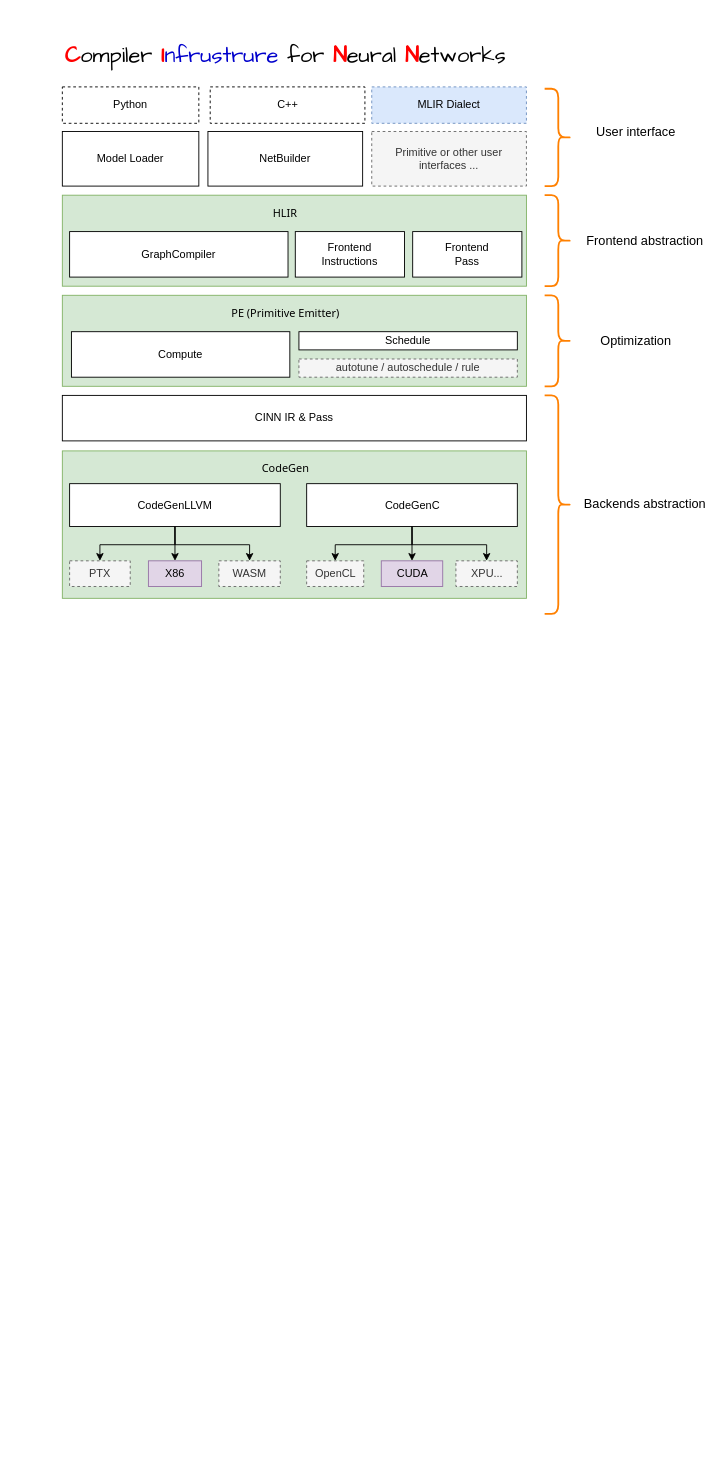
The draw.io diagram CINN Architecture with future design.drawio in Superjomn/_tmp_images, before the edit. Source tidied: cells renumbered, new cells numbered last; positions are measured from the earlier drawing's top-left corner, leaving out a move shared by most shapes. Both pictures are drawn from the tidied source at 91%, with x=0, y=0 at pixel (57, 15).
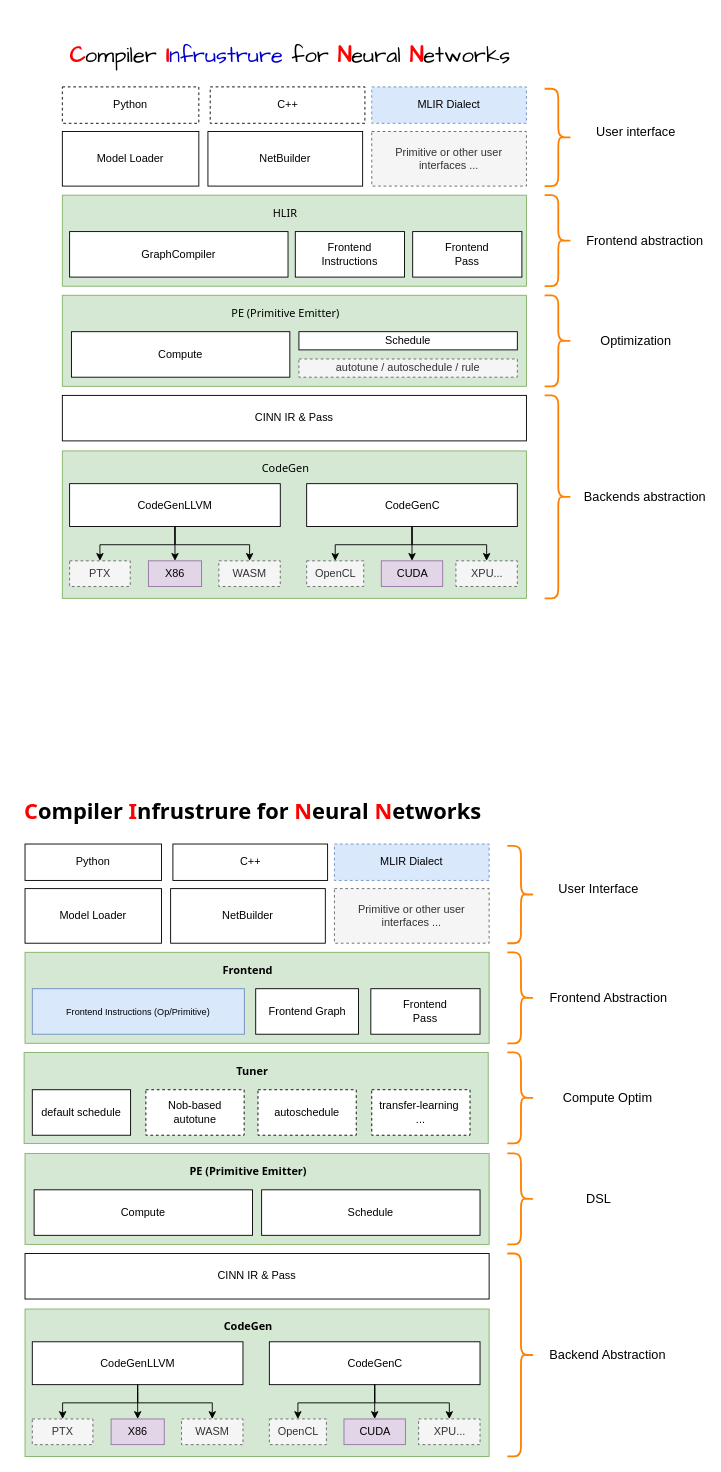
The same page after the edit.

The edit, as a diff of the source:
```diff
@@
     <mxCell id="17" style="shape=curlyBracket;whiteSpace=wrap;html=1;rounded=1;flipH=1;size=0.5;strokeWidth=2;strokeColor=#FF8000;" parent="1" vertex="1">
-      <mxGeometry x="535" y="417" width="30" height="240" as="geometry" />
+      <mxGeometry x="535" y="417" width="30" height="223" as="geometry" />
     </mxCell>
     <mxCell id="18" value="&lt;span style=&quot;font-weight: normal&quot;&gt;&lt;font style=&quot;font-size: 14px&quot;&gt;Backends abstraction&lt;/font&gt;&lt;/span&gt;" style="text;strokeColor=none;fillColor=none;html=1;fontSize=24;fontStyle=1;verticalAlign=middle;align=center;labelPosition=center;verticalLabelPosition=middle;horizontal=1;" parent="1" vertex="1">
-      <mxGeometry x="595" y="513" width="100" height="40" as="geometry" />
+      <mxGeometry x="595" y="505" width="100" height="40" as="geometry" />
     </mxCell>
@@
     <mxCell id="28" value="&lt;font style=&quot;font-size: 24px&quot; face=&quot;Comic Sans MS&quot;&gt;&lt;b&gt;&lt;font color=&quot;#ff0000&quot;&gt;C&lt;/font&gt;&lt;/b&gt;ompiler &lt;font color=&quot;#ff0000&quot;&gt;&lt;b&gt;I&lt;/b&gt;&lt;/font&gt;&lt;font color=&quot;#0000cc&quot;&gt;nfrustrure&lt;/font&gt; for &lt;font color=&quot;#ff0000&quot;&gt;&lt;b&gt;N&lt;/b&gt;&lt;/font&gt;eural &lt;font color=&quot;#ff0000&quot;&gt;&lt;b&gt;N&lt;/b&gt;&lt;/font&gt;etworks&lt;/font&gt;" style="text;html=1;align=center;verticalAlign=middle;strokeColor=none;fontSize=45;" parent="1" vertex="1">
-      <mxGeometry width="500" height="70" as="geometry" />
+      <mxGeometry x="5" width="500" height="70" as="geometry" />
     </mxCell>
@@
+    <mxCell id="45" style="rounded=0;whiteSpace=wrap;html=1;fillColor=#d5e8d4;strokeColor=#82b366;" parent="1" vertex="1">
+      <mxGeometry x="-36" y="1421" width="510" height="162" as="geometry" />
+    </mxCell>
+    <mxCell id="46" style="rounded=0;whiteSpace=wrap;html=1;fillColor=#d5e8d4;strokeColor=#82b366;" parent="1" vertex="1">
+      <mxGeometry x="-36" y="1250" width="510" height="100" as="geometry" />
+    </mxCell>
+    <mxCell id="47" value="Model Loader" style="rounded=0;whiteSpace=wrap;html=1;" parent="1" vertex="1">
+      <mxGeometry x="-36" y="959" width="150" height="60" as="geometry" />
+    </mxCell>
+    <mxCell id="48" value="NetBuilder" style="rounded=0;whiteSpace=wrap;html=1;" parent="1" vertex="1">
+      <mxGeometry x="124" y="959" width="170" height="60" as="geometry" />
+    </mxCell>
+    <mxCell id="49" value="Primitive or other user interfaces ..." style="rounded=0;whiteSpace=wrap;html=1;dashed=1;fillColor=#f5f5f5;strokeColor=#666666;fontColor=#333333;" parent="1" vertex="1">
+      <mxGeometry x="304" y="959" width="170" height="60" as="geometry" />
+    </mxCell>
+    <mxCell id="50" value="Compute" style="rounded=0;whiteSpace=wrap;html=1;" parent="1" vertex="1">
+      <mxGeometry x="-26" y="1290" width="240" height="50" as="geometry" />
+    </mxCell>
+    <mxCell id="51" value="Schedule" style="rounded=0;whiteSpace=wrap;html=1;" parent="1" vertex="1">
+      <mxGeometry x="224" y="1290" width="240" height="50" as="geometry" />
+    </mxCell>
+    <mxCell id="52" value="CINN IR &amp;amp; Pass" style="rounded=0;whiteSpace=wrap;html=1;" parent="1" vertex="1">
+      <mxGeometry x="-36" y="1360" width="510" height="50" as="geometry" />
+    </mxCell>
+    <mxCell id="53" style="rounded=0;whiteSpace=wrap;html=1;fillColor=#d5e8d4;strokeColor=#82b366;" parent="1" vertex="1">
+      <mxGeometry x="-36" y="1029" width="510" height="100" as="geometry" />
+    </mxCell>
+    <mxCell id="54" value="Frontend Graph" style="rounded=0;whiteSpace=wrap;html=1;" parent="1" vertex="1">
+      <mxGeometry x="217.5" y="1069" width="113" height="50" as="geometry" />
+    </mxCell>
+    <mxCell id="55" value="&lt;font style=&quot;font-size: 10px&quot;&gt;Frontend Instructions (Op/Primitive)&lt;/font&gt;" style="rounded=0;whiteSpace=wrap;html=1;fillColor=#dae8fc;strokeColor=#6c8ebf;" parent="1" vertex="1">
+      <mxGeometry x="-28" y="1069" width="233" height="50" as="geometry" />
+    </mxCell>
+    <mxCell id="56" value="Frontend &lt;br&gt;Pass" style="rounded=0;whiteSpace=wrap;html=1;" parent="1" vertex="1">
+      <mxGeometry x="344" y="1069" width="120" height="50" as="geometry" />
+    </mxCell>
+    <mxCell id="57" value="&lt;font face=&quot;Tahoma&quot;&gt;Frontend&lt;/font&gt;" style="text;html=1;strokeColor=none;fillColor=none;align=center;verticalAlign=middle;whiteSpace=wrap;rounded=0;fontStyle=1;" parent="1" vertex="1">
+      <mxGeometry x="189" y="1039" width="40" height="20" as="geometry" />
+    </mxCell>
+    <mxCell id="58" value="&lt;font face=&quot;Tahoma&quot;&gt;PE (Primitive Emitter)&lt;/font&gt;" style="text;html=1;strokeColor=none;fillColor=none;align=center;verticalAlign=middle;whiteSpace=wrap;rounded=0;fontStyle=1;" parent="1" vertex="1">
+      <mxGeometry x="126.5" y="1260" width="165" height="20" as="geometry" />
+    </mxCell>
+    <mxCell id="59" style="shape=curlyBracket;whiteSpace=wrap;html=1;rounded=1;flipH=1;size=0.5;strokeWidth=2;strokeColor=#FF8000;" parent="1" vertex="1">
+      <mxGeometry x="494" y="1360" width="30" height="223" as="geometry" />
+    </mxCell>
+    <mxCell id="60" value="&lt;span style=&quot;font-weight: normal&quot;&gt;&lt;font style=&quot;font-size: 14px&quot;&gt;Backend Abstraction&lt;/font&gt;&lt;/span&gt;" style="text;strokeColor=none;fillColor=none;html=1;fontSize=24;fontStyle=1;verticalAlign=middle;align=center;labelPosition=center;verticalLabelPosition=middle;horizontal=1;" parent="1" vertex="1">
+      <mxGeometry x="554" y="1448" width="100" height="40" as="geometry" />
+    </mxCell>
+    <mxCell id="61" style="shape=curlyBracket;whiteSpace=wrap;html=1;rounded=1;flipH=1;size=0.5;strokeWidth=2;strokeColor=#FF8000;" parent="1" vertex="1">
+      <mxGeometry x="494" y="1029" width="30" height="100" as="geometry" />
+    </mxCell>
+    <mxCell id="62" value="&lt;span style=&quot;font-weight: normal&quot;&gt;&lt;font style=&quot;font-size: 14px&quot;&gt;Frontend Abstraction&lt;/font&gt;&lt;/span&gt;" style="text;strokeColor=none;fillColor=none;html=1;fontSize=24;fontStyle=1;verticalAlign=middle;align=center;labelPosition=center;verticalLabelPosition=middle;horizontal=1;" parent="1" vertex="1">
+      <mxGeometry x="555" y="1056" width="100" height="40" as="geometry" />
+    </mxCell>
+    <mxCell id="63" style="shape=curlyBracket;whiteSpace=wrap;html=1;rounded=1;flipH=1;size=0.5;strokeWidth=2;strokeColor=#FF8000;" parent="1" vertex="1">
+      <mxGeometry x="494" y="1250" width="30" height="100" as="geometry" />
+    </mxCell>
+    <mxCell id="64" value="&lt;span style=&quot;font-weight: normal&quot;&gt;&lt;font style=&quot;font-size: 14px&quot;&gt;DSL&lt;/font&gt;&lt;/span&gt;" style="text;strokeColor=none;fillColor=none;html=1;fontSize=24;fontStyle=1;verticalAlign=middle;align=center;labelPosition=center;verticalLabelPosition=middle;horizontal=1;" parent="1" vertex="1">
+      <mxGeometry x="544" y="1277" width="100" height="40" as="geometry" />
+    </mxCell>
+    <mxCell id="65" style="shape=curlyBracket;whiteSpace=wrap;html=1;rounded=1;flipH=1;size=0.5;strokeWidth=2;strokeColor=#FF8000;" parent="1" vertex="1">
+      <mxGeometry x="494" y="912" width="30" height="107" as="geometry" />
+    </mxCell>
+    <mxCell id="66" value="&lt;span style=&quot;font-weight: normal&quot;&gt;&lt;font style=&quot;font-size: 14px&quot;&gt;User Interface&lt;/font&gt;&lt;/span&gt;" style="text;strokeColor=none;fillColor=none;html=1;fontSize=24;fontStyle=1;verticalAlign=middle;align=center;labelPosition=center;verticalLabelPosition=middle;horizontal=1;" parent="1" vertex="1">
+      <mxGeometry x="544" y="935.5" width="100" height="40" as="geometry" />
+    </mxCell>
+    <mxCell id="67" value="Python" style="rounded=0;whiteSpace=wrap;html=1;" parent="1" vertex="1">
+      <mxGeometry x="-36" y="910" width="150" height="40" as="geometry" />
+    </mxCell>
+    <mxCell id="68" value="C++" style="rounded=0;whiteSpace=wrap;html=1;" parent="1" vertex="1">
+      <mxGeometry x="126.5" y="910" width="170" height="40" as="geometry" />
+    </mxCell>
+    <mxCell id="69" value="MLIR Dialect" style="rounded=0;whiteSpace=wrap;html=1;dashed=1;fillColor=#dae8fc;strokeColor=#6c8ebf;" parent="1" vertex="1">
+      <mxGeometry x="304" y="910" width="170" height="40" as="geometry" />
+    </mxCell>
+    <mxCell id="70" value="&lt;font style=&quot;font-size: 24px&quot; face=&quot;Tahoma&quot;&gt;&lt;b&gt;&lt;font color=&quot;#ff0000&quot;&gt;C&lt;/font&gt;ompiler &lt;font color=&quot;#ff0000&quot;&gt;I&lt;/font&gt;nfrustrure for &lt;font color=&quot;#ff0000&quot;&gt;N&lt;/font&gt;eural &lt;font color=&quot;#ff0000&quot;&gt;N&lt;/font&gt;etworks&lt;/b&gt;&lt;/font&gt;" style="text;html=1;align=center;verticalAlign=middle;strokeColor=none;fontSize=45;" parent="1" vertex="1">
+      <mxGeometry x="-46" y="832" width="520" height="70" as="geometry" />
+    </mxCell>
+    <mxCell id="71" value="&lt;font face=&quot;Tahoma&quot;&gt;CodeGen&lt;/font&gt;" style="text;html=1;strokeColor=none;fillColor=none;align=center;verticalAlign=middle;whiteSpace=wrap;rounded=0;fontStyle=1;" parent="1" vertex="1">
+      <mxGeometry x="126.5" y="1431" width="165" height="20" as="geometry" />
+    </mxCell>
+    <mxCell id="72" style="group;" parent="1" vertex="1">
+      <mxGeometry x="-28" y="1457" width="492" height="113" as="geometry" />
+    </mxCell>
+    <mxCell id="73" value="CodeGenLLVM" style="rounded=0;whiteSpace=wrap;html=1;" parent="72" vertex="1">
+      <mxGeometry width="231.5" height="47.1" as="geometry" />
+    </mxCell>
+    <mxCell id="74" value="CodeGenC" style="rounded=0;whiteSpace=wrap;html=1;" parent="72" vertex="1">
+      <mxGeometry x="260.5" width="231.5" height="47.1" as="geometry" />
+    </mxCell>
+    <mxCell id="75" value="CUDA" style="rounded=0;whiteSpace=wrap;html=1;fillColor=#e1d5e7;strokeColor=#9673a6;" parent="72" vertex="1">
+      <mxGeometry x="342.5" y="84.8" width="67.5" height="28.2" as="geometry" />
+    </mxCell>
+    <mxCell id="76" value="X86" style="rounded=0;whiteSpace=wrap;html=1;fillColor=#e1d5e7;strokeColor=#9673a6;" parent="72" vertex="1">
+      <mxGeometry x="86.6" y="84.8" width="58.4" height="28.2" as="geometry" />
+    </mxCell>
+    <mxCell id="77" value="PTX" style="rounded=0;whiteSpace=wrap;html=1;dashed=1;fillColor=#f5f5f5;strokeColor=#666666;fontColor=#333333;" parent="72" vertex="1">
+      <mxGeometry y="84.8" width="66.6" height="28.2" as="geometry" />
+    </mxCell>
+    <mxCell id="78" value="WASM" style="rounded=0;whiteSpace=wrap;html=1;dashed=1;fillColor=#f5f5f5;strokeColor=#666666;fontColor=#333333;" parent="72" vertex="1">
+      <mxGeometry x="164" y="84.8" width="67.5" height="28.2" as="geometry" />
+    </mxCell>
+    <mxCell id="79" value="OpenCL" style="rounded=0;whiteSpace=wrap;html=1;dashed=1;fillColor=#f5f5f5;strokeColor=#666666;fontColor=#333333;" parent="72" vertex="1">
+      <mxGeometry x="260.5" y="84.8" width="62.7" height="28.2" as="geometry" />
+    </mxCell>
+    <mxCell id="80" value="XPU..." style="rounded=0;whiteSpace=wrap;html=1;dashed=1;fillColor=#f5f5f5;strokeColor=#666666;fontColor=#333333;" parent="72" vertex="1">
+      <mxGeometry x="424.5" y="84.8" width="67.5" height="28.2" as="geometry" />
+    </mxCell>
+    <mxCell id="81" style="edgeStyle=orthogonalEdgeStyle;rounded=0;jettySize=auto;html=1;exitX=0.5;exitY=1;exitDx=0;exitDy=0;entryX=0.5;entryY=0;entryDx=0;entryDy=0;" parent="72" edge="1" source="74" target="75">
+      <mxGeometry relative="1" as="geometry" />
+    </mxCell>
+    <mxCell id="82" style="edgeStyle=orthogonalEdgeStyle;rounded=0;jettySize=auto;html=1;exitX=0.5;exitY=1;exitDx=0;exitDy=0;entryX=0.5;entryY=0;entryDx=0;entryDy=0;" parent="72" edge="1" source="73" target="76">
+      <mxGeometry relative="1" as="geometry" />
+    </mxCell>
+    <mxCell id="83" style="edgeStyle=orthogonalEdgeStyle;rounded=0;jettySize=auto;html=1;exitX=0.5;exitY=1;exitDx=0;exitDy=0;" parent="72" edge="1" source="73" target="77">
+      <mxGeometry relative="1" as="geometry" />
+    </mxCell>
+    <mxCell id="84" style="edgeStyle=orthogonalEdgeStyle;rounded=0;jettySize=auto;html=1;exitX=0.5;exitY=1;exitDx=0;exitDy=0;entryX=0.5;entryY=0;entryDx=0;entryDy=0;" parent="72" edge="1" source="73" target="78">
+      <mxGeometry relative="1" as="geometry" />
+    </mxCell>
+    <mxCell id="85" style="edgeStyle=orthogonalEdgeStyle;rounded=0;jettySize=auto;html=1;exitX=0.5;exitY=1;exitDx=0;exitDy=0;entryX=0.5;entryY=0;entryDx=0;entryDy=0;" parent="72" edge="1" source="74" target="79">
+      <mxGeometry relative="1" as="geometry" />
+    </mxCell>
+    <mxCell id="86" style="edgeStyle=orthogonalEdgeStyle;rounded=0;jettySize=auto;html=1;exitX=0.5;exitY=1;exitDx=0;exitDy=0;entryX=0.5;entryY=0;entryDx=0;entryDy=0;" parent="72" edge="1" source="74" target="80">
+      <mxGeometry relative="1" as="geometry" />
+    </mxCell>
+    <mxCell id="87" style="rounded=0;whiteSpace=wrap;html=1;fillColor=#d5e8d4;strokeColor=#82b366;" parent="1" vertex="1">
+      <mxGeometry x="-37" y="1139" width="510" height="100" as="geometry" />
+    </mxCell>
+    <mxCell id="88" value="Nob-based autotune" style="rounded=0;whiteSpace=wrap;html=1;dashed=1;" parent="1" vertex="1">
+      <mxGeometry x="96.8" y="1180" width="108" height="50" as="geometry" />
+    </mxCell>
+    <mxCell id="89" value="autoschedule" style="rounded=0;whiteSpace=wrap;html=1;dashed=1;" parent="1" vertex="1">
+      <mxGeometry x="220" y="1180" width="108" height="50" as="geometry" />
+    </mxCell>
+    <mxCell id="90" value="default schedule" style="rounded=0;whiteSpace=wrap;html=1;" parent="1" vertex="1">
+      <mxGeometry x="-28" y="1180" width="108" height="50" as="geometry" />
+    </mxCell>
+    <mxCell id="91" value="&lt;font face=&quot;Tahoma&quot;&gt;Tuner&lt;/font&gt;" style="text;html=1;strokeColor=none;fillColor=none;align=center;verticalAlign=middle;whiteSpace=wrap;rounded=0;fontStyle=1;" parent="1" vertex="1">
+      <mxGeometry x="194" y="1150" width="40" height="20" as="geometry" />
+    </mxCell>
+    <mxCell id="92" value="transfer-learning&amp;nbsp;&lt;br&gt;..." style="rounded=0;whiteSpace=wrap;html=1;dashed=1;" parent="1" vertex="1">
+      <mxGeometry x="345" y="1180" width="108" height="50" as="geometry" />
+    </mxCell>
+    <mxCell id="93" style="shape=curlyBracket;whiteSpace=wrap;html=1;rounded=1;flipH=1;size=0.5;strokeWidth=2;strokeColor=#FF8000;" parent="1" vertex="1">
+      <mxGeometry x="494" y="1139" width="30" height="100" as="geometry" />
+    </mxCell>
+    <mxCell id="94" value="&lt;span style=&quot;font-weight: normal&quot;&gt;&lt;font style=&quot;font-size: 14px&quot;&gt;Compute Optim&lt;br&gt;&lt;/font&gt;&lt;/span&gt;" style="text;strokeColor=none;fillColor=none;html=1;fontSize=24;fontStyle=1;verticalAlign=middle;align=center;labelPosition=center;verticalLabelPosition=middle;horizontal=1;" parent="1" vertex="1">
+      <mxGeometry x="554" y="1166" width="100" height="40" as="geometry" />
+    </mxCell>
```
